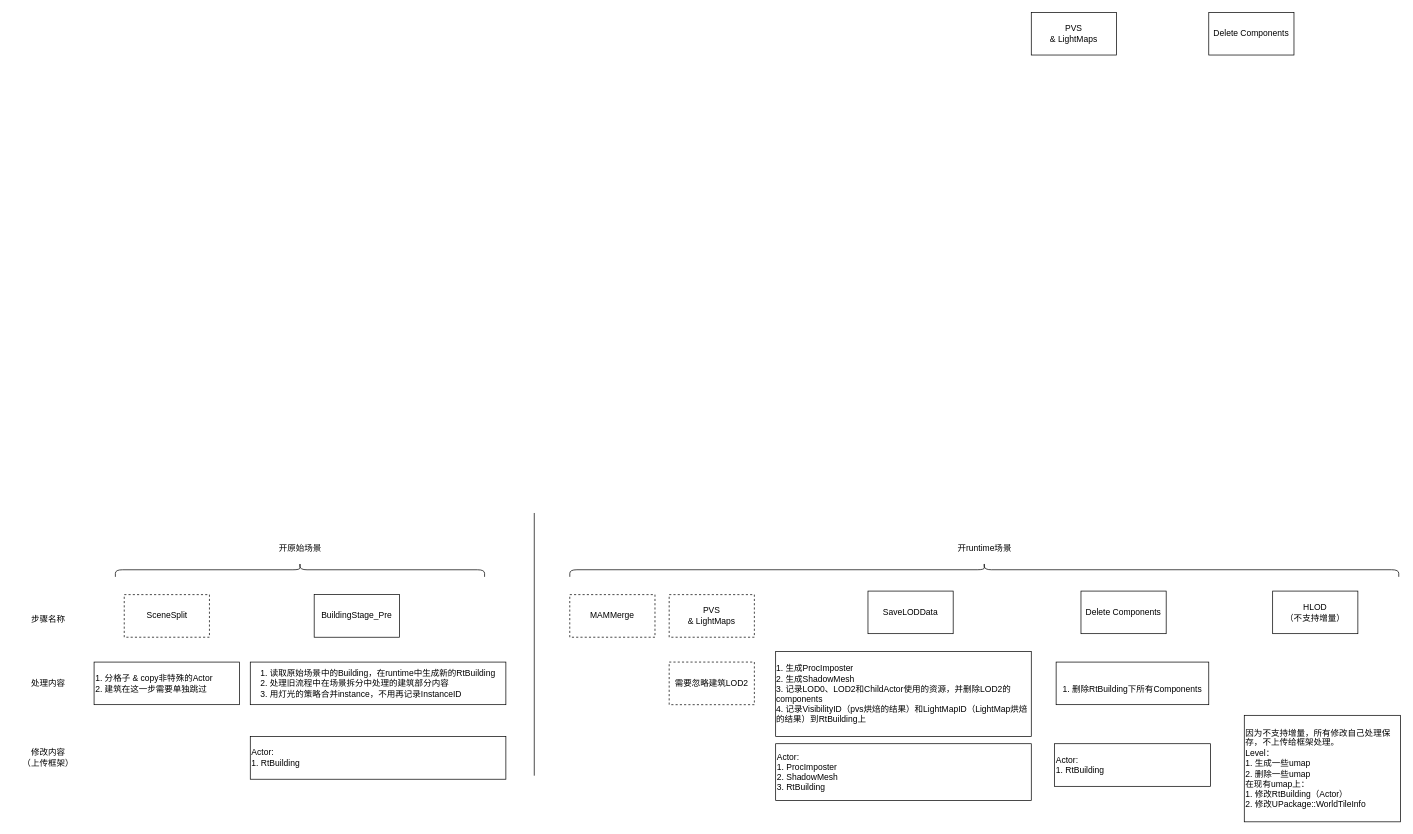
Before: page "SceneBuildIncre" (5 of 5) of EngineLoop.drawio in stellarnull/drawio, a draw.io diagram. Source tidied: cells renumbered, new cells numbered last; positions are measured from the earlier drawing's top-left corner, leaving out a move shared by most shapes. Both pictures are drawn from the tidied source at 71%, with x=0, y=0 at pixel (12, 12).
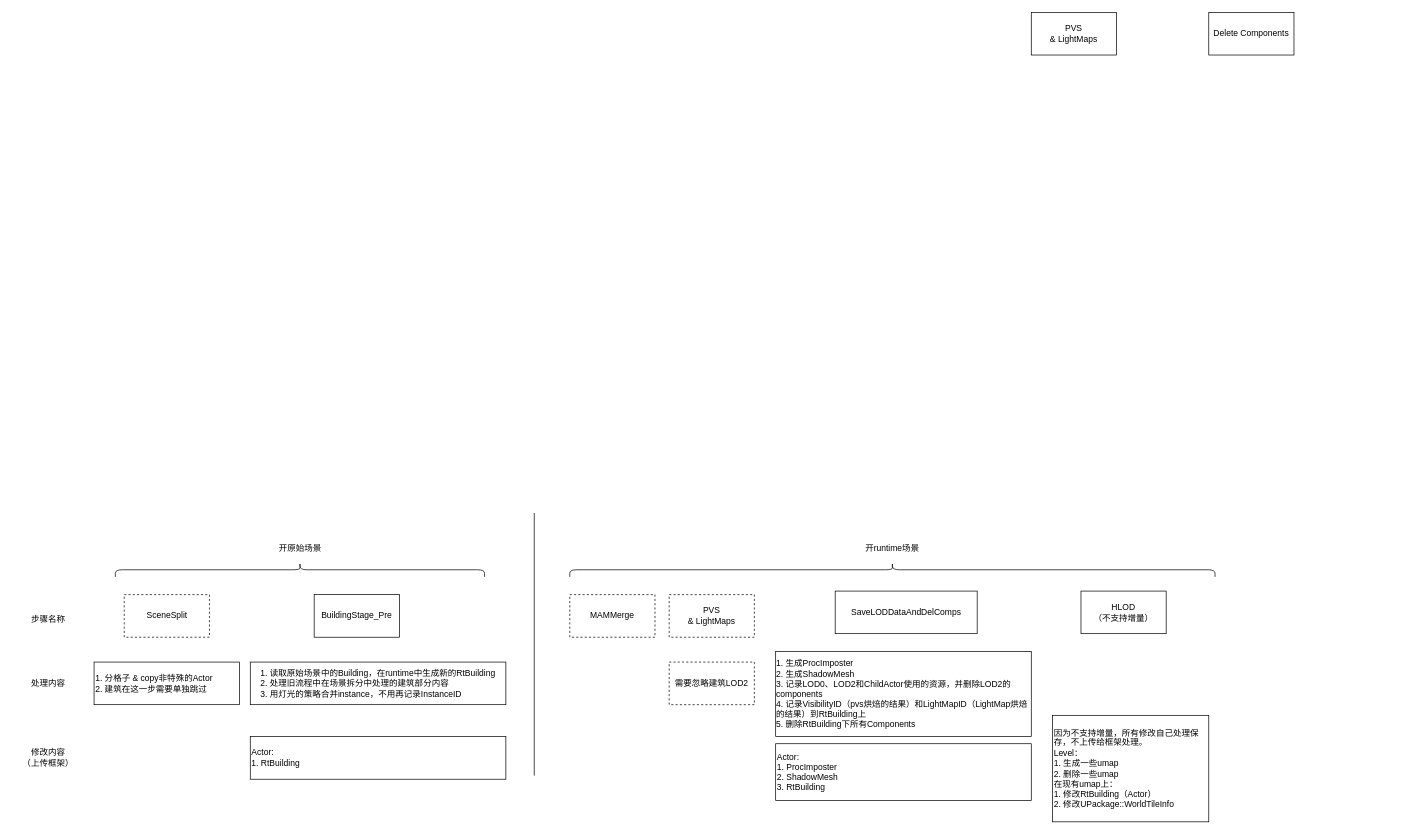
The same page after the edit.

The edit, as a diff of the source:
```diff
@@
-    <mxCell id="6" value="SaveLODData" style="whiteSpace=wrap;html=1;" parent="1" vertex="1">
-      <mxGeometry x="1205" y="815" width="120" height="60" as="geometry" />
+    <mxCell id="6" value="SaveLODDataAndDelComps" style="whiteSpace=wrap;html=1;" parent="1" vertex="1">
+      <mxGeometry x="1158.8" y="815" width="200" height="60" as="geometry" />
     </mxCell>
@@
-    <mxCell id="16" value="&lt;div style=&quot;text-align: left;&quot;&gt;&lt;span style=&quot;background-color: initial;&quot;&gt;1. 生成ProcImposter&lt;/span&gt;&lt;/div&gt;&lt;div style=&quot;text-align: left;&quot;&gt;&lt;span style=&quot;background-color: initial;&quot;&gt;2. 生成ShadowMesh&lt;/span&gt;&lt;/div&gt;&lt;div style=&quot;text-align: left;&quot;&gt;&lt;span style=&quot;background-color: initial;&quot;&gt;3. 记录LOD0、&lt;/span&gt;&lt;span style=&quot;background-color: initial;&quot;&gt;LOD2和ChildActor使用的资源，并删除LOD2的components&lt;/span&gt;&lt;br&gt;&lt;/div&gt;&lt;div style=&quot;text-align: left;&quot;&gt;&lt;span style=&quot;background-color: initial;&quot;&gt;4. 记录VisibilityID（pvs烘焙的结果）和LightMapID（LightMap烘焙的结果）到RtBuilding上&lt;/span&gt;&lt;span style=&quot;background-color: initial;&quot;&gt;&lt;br&gt;&lt;/span&gt;&lt;/div&gt;" style="whiteSpace=wrap;html=1;" parent="1" vertex="1">
+    <mxCell id="16" value="&lt;div style=&quot;text-align: left;&quot;&gt;&lt;span style=&quot;background-color: initial;&quot;&gt;1. 生成ProcImposter&lt;/span&gt;&lt;/div&gt;&lt;div style=&quot;text-align: left;&quot;&gt;&lt;span style=&quot;background-color: initial;&quot;&gt;2. 生成ShadowMesh&lt;/span&gt;&lt;/div&gt;&lt;div style=&quot;text-align: left;&quot;&gt;&lt;span style=&quot;background-color: initial;&quot;&gt;3. 记录LOD0、&lt;/span&gt;&lt;span style=&quot;background-color: initial;&quot;&gt;LOD2和ChildActor使用的资源，并删除LOD2的components&lt;/span&gt;&lt;br&gt;&lt;/div&gt;&lt;div style=&quot;text-align: left;&quot;&gt;&lt;span style=&quot;background-color: initial;&quot;&gt;4. 记录VisibilityID（pvs烘焙的结果）和LightMapID（LightMap烘焙的结果）到RtBuilding上&lt;/span&gt;&lt;span style=&quot;background-color: initial;&quot;&gt;&lt;br&gt;&lt;/span&gt;&lt;/div&gt;&lt;div style=&quot;text-align: left;&quot;&gt;&lt;span style=&quot;background-color: initial;&quot;&gt;5. 删除RtBuilding下所有Components&lt;/span&gt;&lt;br&gt;&lt;/div&gt;" style="whiteSpace=wrap;html=1;" parent="1" vertex="1">
       <mxGeometry x="1075" y="900" width="360" height="120" as="geometry" />
     </mxCell>
@@
-    <mxCell id="18" value="Delete Components" style="whiteSpace=wrap;html=1;" parent="1" vertex="1">
-      <mxGeometry x="1505" y="815" width="120" height="60" as="geometry" />
-    </mxCell>
-    <mxCell id="19" value="&lt;div style=&quot;text-align: left;&quot;&gt;&lt;br&gt;&lt;/div&gt;&lt;div style=&quot;text-align: left;&quot;&gt;&lt;span style=&quot;background-color: initial;&quot;&gt;1. 删除RtBuilding下所有Components&lt;/span&gt;&lt;/div&gt;" style="whiteSpace=wrap;html=1;" parent="1" vertex="1">
-      <mxGeometry x="1470" y="915" width="215" height="60" as="geometry" />
-    </mxCell>
-    <mxCell id="20" value="&lt;div style=&quot;&quot;&gt;Actor:&lt;/div&gt;&lt;div style=&quot;&quot;&gt;1&lt;span style=&quot;background-color: initial;&quot;&gt;. RtBuilding&lt;/span&gt;&lt;/div&gt;" style="whiteSpace=wrap;html=1;align=left;" parent="1" vertex="1">
-      <mxGeometry x="1467.5" y="1030" width="220" height="60" as="geometry" />
-    </mxCell>
@@
     <mxCell id="24" style="shape=curlyBracket;whiteSpace=wrap;html=1;rounded=1;labelPosition=left;verticalLabelPosition=middle;align=right;verticalAlign=middle;rotation=90;" parent="1" vertex="1">
-      <mxGeometry x="1358.8" y="201.2" width="20" height="1167.5" as="geometry" />
+      <mxGeometry x="1229.4" y="330.6" width="20" height="908.8" as="geometry" />
     </mxCell>
     <mxCell id="25" value="开runtime场景" style="text;html=1;align=center;verticalAlign=middle;strokeColor=none;fillColor=none;" parent="1" vertex="1">
-      <mxGeometry x="1318.8" y="740" width="100" height="30" as="geometry" />
+      <mxGeometry x="1189.4" y="740" width="100" height="30" as="geometry" />
     </mxCell>
     <mxCell id="26" value="HLOD&lt;br&gt;（不支持增量）" style="whiteSpace=wrap;html=1;" parent="1" vertex="1">
-      <mxGeometry x="1775" y="815" width="120" height="60" as="geometry" />
+      <mxGeometry x="1505" y="815" width="120" height="60" as="geometry" />
     </mxCell>
     <mxCell id="27" value="&lt;div style=&quot;&quot;&gt;因为不支持增量，所有修改自己处理保存，不上传给框架处理。&lt;/div&gt;&lt;div style=&quot;&quot;&gt;Level：&lt;/div&gt;&lt;div style=&quot;&quot;&gt;1. 生成一些umap&lt;/div&gt;&lt;div style=&quot;&quot;&gt;2. 删除一些umap&lt;/div&gt;&lt;div style=&quot;&quot;&gt;在现有umap上：&lt;/div&gt;&lt;div style=&quot;&quot;&gt;1. 修改RtBuilding（Actor）&lt;/div&gt;&lt;div style=&quot;&quot;&gt;2. 修改UPackage::WorldTileInfo&lt;/div&gt;" style="whiteSpace=wrap;html=1;align=left;" parent="1" vertex="1">
-      <mxGeometry x="1735" y="990" width="220" height="150" as="geometry" />
+      <mxGeometry x="1465" y="990" width="220" height="150" as="geometry" />
     </mxCell>
```
